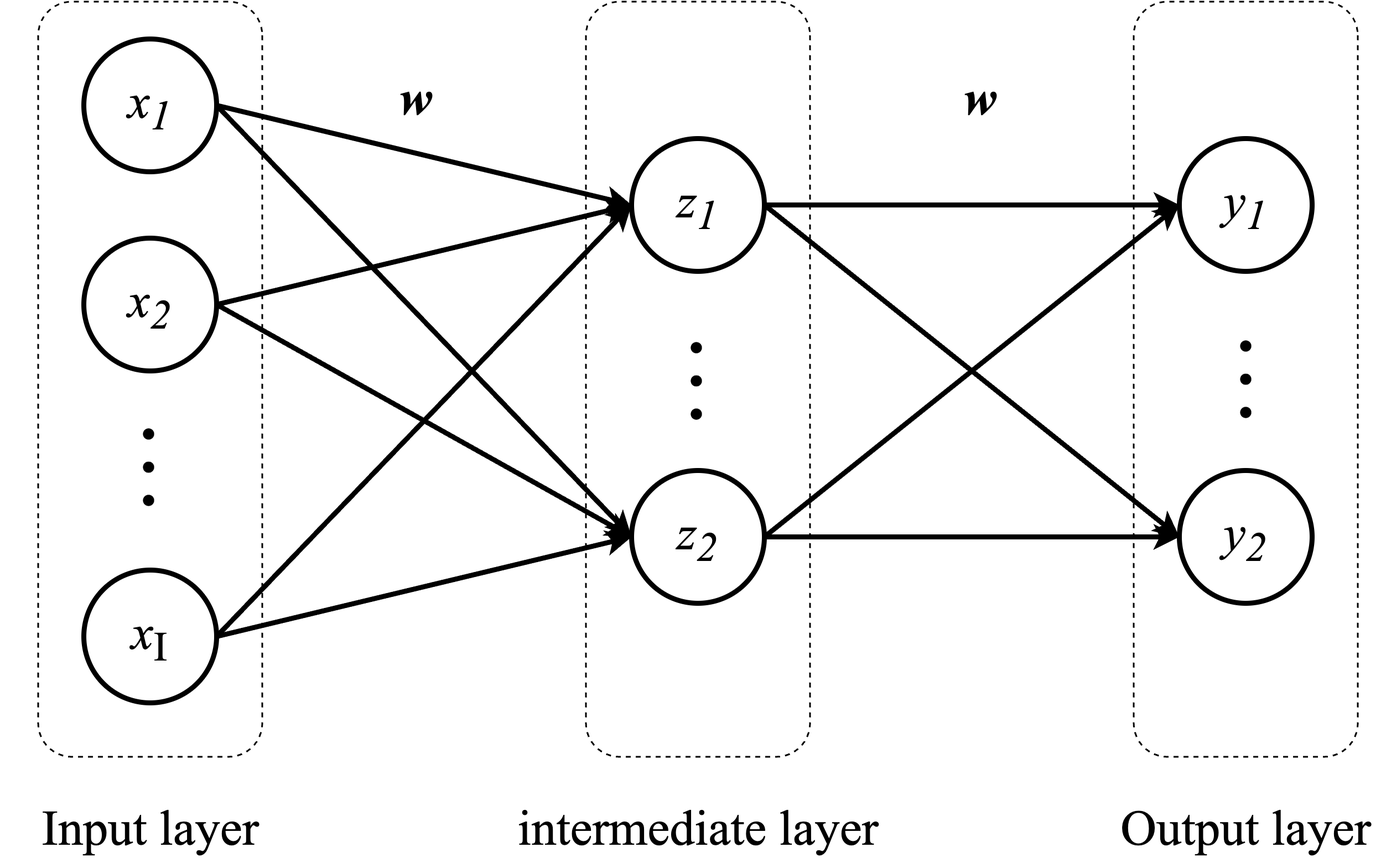
Above: fig/chapter2/neural_network.png in Kyosuke1004/Graduation_thesis (draw.io), before the change. Source tidied: cells renumbered, new cells last; positions are measured from the earlier drawing's top-left corner, leaving out a move shared by most shapes.
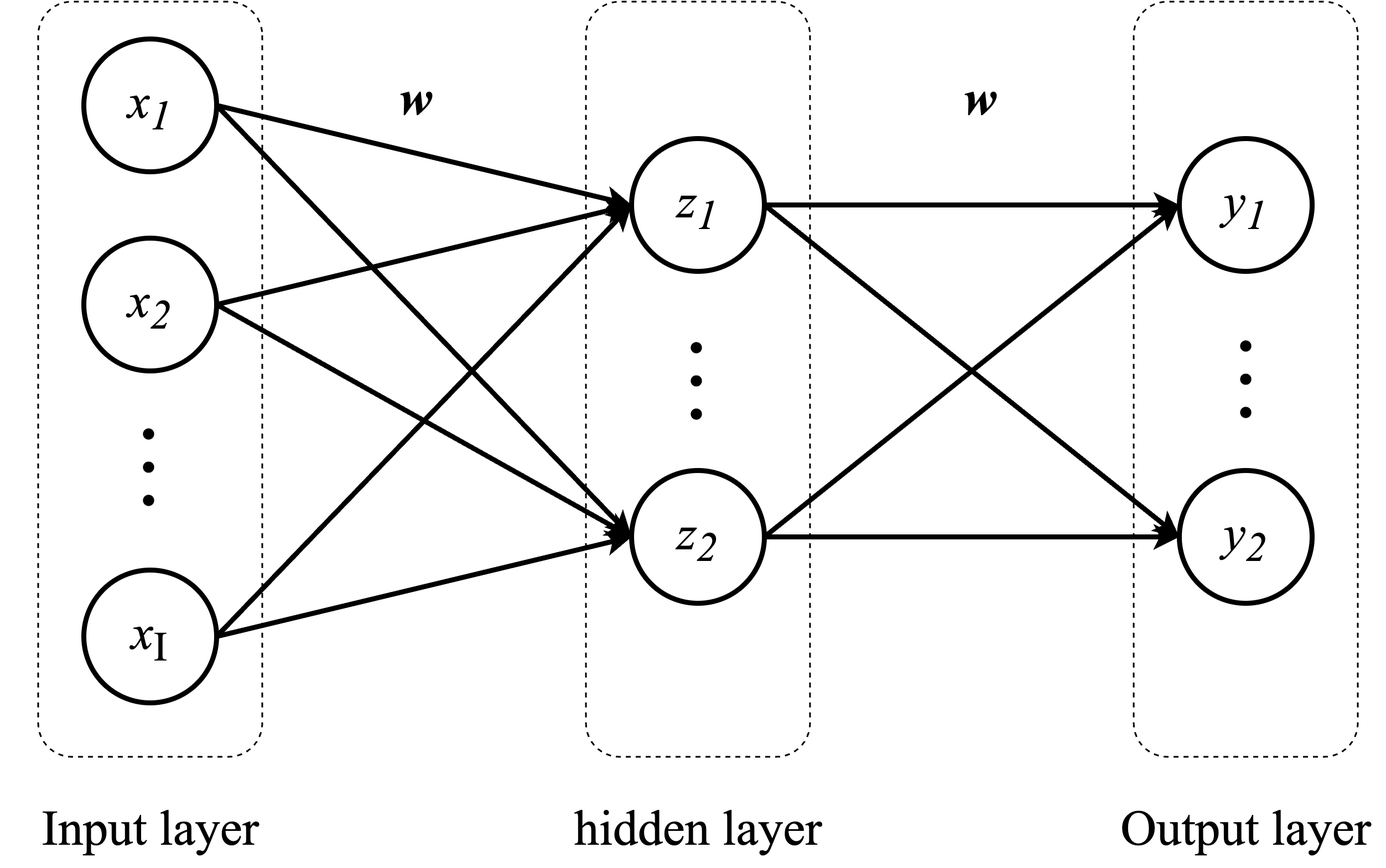
After the change.

What changed in the source:
```diff
@@ -65,8 +65,8 @@
     <mxCell id="22" style="endArrow=classic;html=1;rounded=0;exitX=1;exitY=0.5;exitDx=0;exitDy=0;entryX=0;entryY=0.5;entryDx=0;entryDy=0;strokeWidth=3;fontSize=30;" parent="1" edge="1" source="9" target="18">
       <mxGeometry relative="1" as="geometry" />
     </mxCell>
-    <mxCell id="23" value="intermediate layer" style="text;html=1;align=center;verticalAlign=middle;strokeColor=none;fillColor=none;fontSize=30;fontFamily=Times New Roman;" parent="1" vertex="1">
-      <mxGeometry x="438" y="450" width="240" height="50" as="geometry" />
+    <mxCell id="23" value="hidden layer" style="text;html=1;align=center;verticalAlign=middle;strokeColor=none;fillColor=none;fontSize=30;fontFamily=Times New Roman;" parent="1" vertex="1">
+      <mxGeometry x="473" y="450" width="170" height="50" as="geometry" />
     </mxCell>
     <mxCell id="24" value="&lt;i style=&quot;font-size: 30px;&quot;&gt;&lt;font face=&quot;Times New Roman&quot; style=&quot;font-size: 30px;&quot;&gt;&lt;b&gt;w&lt;/b&gt;&lt;/font&gt;&lt;/i&gt;" style="text;html=1;align=center;verticalAlign=middle;strokeColor=none;fillColor=none;fontSize=30;strokeWidth=3;" parent="1" vertex="1">
       <mxGeometry x="708" y="10" width="40" height="50" as="geometry" />
```
